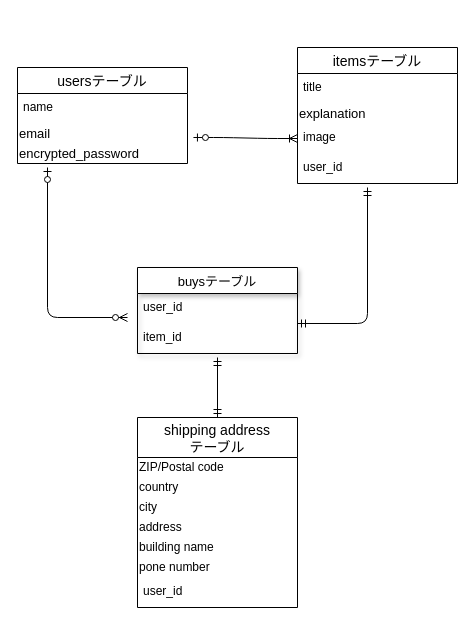
nori35/furima-36164 keeps this draw.io diagram as furima.dio. Above is the earlier version. Source tidied: cells renumbered, new cells numbered last; positions are measured from the earlier drawing's top-left corner, leaving out a move shared by most shapes. Both pictures are drawn from the tidied source at 100%, with x=0, y=0 at pixel (17, 47).
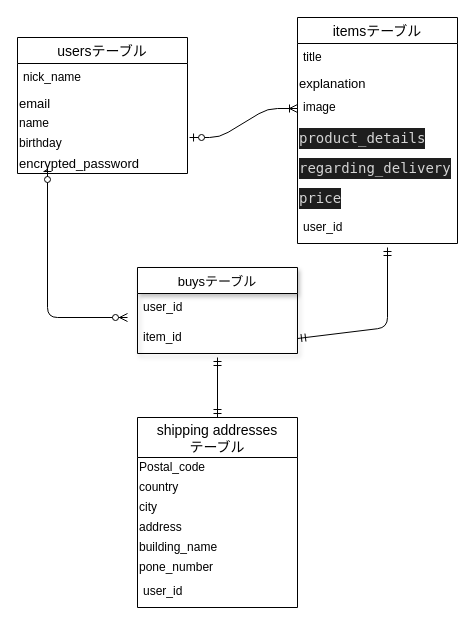
After the change.

Commit message (it also covers changes not shown here):
修正データベース修正

Unchanged cells that the change refers to:
```xml
<mxCell id="4" value="email" style="text;html=1;align=left;verticalAlign=middle;points=[];fillColor=none;strokeColor=none;rounded=0;shadow=0;fontSize=13;" parent="2" vertex="1">
  <mxGeometry y="56" width="170" height="20" as="geometry" />
</mxCell>
<mxCell id="9" value="image" style="text;strokeColor=none;fillColor=none;spacingLeft=4;spacingRight=4;overflow=hidden;points=[[0,0.5],[1,0.5]];portConstraint=eastwest;fontSize=12;" parent="6" vertex="1">
  <mxGeometry y="76" width="160" height="30" as="geometry" />
</mxCell>
<mxCell id="13" value="item_id" style="text;strokeColor=none;fillColor=none;spacingLeft=4;spacingRight=4;overflow=hidden;points=[[0,0.5],[1,0.5]];portConstraint=eastwest;fontSize=12;" parent="11" vertex="1">
  <mxGeometry y="56" width="160" height="30" as="geometry" />
</mxCell>
```

What changed in the source:
```diff
@@
     <mxCell id="2" value="usersテーブル" style="swimlane;fontStyle=0;horizontal=1;startSize=26;align=center;fontSize=14;" parent="1" vertex="1">
-      <mxGeometry y="20" width="170" height="96" as="geometry" />
+      <mxGeometry y="-10" width="170" height="136" as="geometry" />
     </mxCell>
-    <mxCell id="3" value="name" style="text;strokeColor=none;fillColor=none;spacingLeft=4;spacingRight=4;overflow=hidden;fontSize=12;shadow=0;" parent="2" vertex="1">
+    <mxCell id="3" value="nick_name" style="text;strokeColor=none;fillColor=none;spacingLeft=4;spacingRight=4;overflow=hidden;fontSize=12;shadow=0;" parent="2" vertex="1">
       <mxGeometry y="26" width="170" height="30" as="geometry" />
     </mxCell>
@@
+    <mxCell id="26" value="name" style="text;html=1;align=left;verticalAlign=middle;fillColor=none;strokeColor=none;rounded=0;" parent="2" vertex="1">
+      <mxGeometry y="76" width="170" height="20" as="geometry" />
+    </mxCell>
+    <mxCell id="27" value="birthday" style="text;html=1;align=left;verticalAlign=middle;points=[];fillColor=none;strokeColor=none;rounded=0;" parent="2" vertex="1">
+      <mxGeometry y="96" width="170" height="20" as="geometry" />
+    </mxCell>
     <mxCell id="5" value="encrypted_password" style="text;html=1;align=left;verticalAlign=middle;fillColor=none;strokeColor=none;rounded=0;shadow=0;fontSize=13;" parent="2" vertex="1">
-      <mxGeometry y="76" width="170" height="20" as="geometry" />
+      <mxGeometry y="116" width="170" height="20" as="geometry" />
     </mxCell>
     <mxCell id="6" value="itemsテーブル" style="swimlane;fontStyle=0;horizontal=1;startSize=26;align=center;fontSize=14;" parent="1" vertex="1">
-      <mxGeometry x="280" width="160" height="136" as="geometry" />
+      <mxGeometry x="280" y="-30" width="160" height="226" as="geometry" />
     </mxCell>
@@
+    <mxCell id="28" value="&lt;div style=&quot;color: rgb(212 , 212 , 212) ; background-color: rgb(30 , 30 , 30) ; font-family: &amp;quot;ricty diminished&amp;quot; , &amp;quot;menlo&amp;quot; , &amp;quot;monaco&amp;quot; , &amp;quot;courier new&amp;quot; , monospace ; font-size: 14px ; line-height: 21px&quot;&gt;product_details&lt;/div&gt;" style="text;html=1;align=left;verticalAlign=middle;fillColor=none;strokeColor=none;rounded=0;" parent="6" vertex="1">
+      <mxGeometry y="106" width="160" height="30" as="geometry" />
+    </mxCell>
+    <mxCell id="29" value="&lt;div style=&quot;color: rgb(212 , 212 , 212) ; background-color: rgb(30 , 30 , 30) ; font-family: &amp;quot;ricty diminished&amp;quot; , &amp;quot;menlo&amp;quot; , &amp;quot;monaco&amp;quot; , &amp;quot;courier new&amp;quot; , monospace ; font-size: 14px ; line-height: 21px&quot;&gt;regarding_delivery&lt;/div&gt;" style="text;html=1;align=left;verticalAlign=middle;fillColor=none;strokeColor=none;rounded=0;" parent="6" vertex="1">
+      <mxGeometry y="136" width="160" height="30" as="geometry" />
+    </mxCell>
+    <mxCell id="30" value="&lt;div style=&quot;color: rgb(212 , 212 , 212) ; background-color: rgb(30 , 30 , 30) ; font-family: &amp;quot;ricty diminished&amp;quot; , &amp;quot;menlo&amp;quot; , &amp;quot;monaco&amp;quot; , &amp;quot;courier new&amp;quot; , monospace ; font-size: 14px ; line-height: 21px&quot;&gt;price &lt;/div&gt;" style="text;html=1;align=left;verticalAlign=middle;fillColor=none;strokeColor=none;rounded=0;" parent="6" vertex="1">
+      <mxGeometry y="166" width="160" height="30" as="geometry" />
+    </mxCell>
     <mxCell id="10" value="user_id" style="text;strokeColor=none;fillColor=none;spacingLeft=4;spacingRight=4;overflow=hidden;fontSize=12;" parent="6" vertex="1">
-      <mxGeometry y="106" width="160" height="30" as="geometry" />
+      <mxGeometry y="196" width="160" height="30" as="geometry" />
     </mxCell>
@@
-    <mxCell id="14" style="edgeStyle=entityRelationEdgeStyle;fontSize=12;html=1;endArrow=ERoneToMany;startArrow=ERzeroToOne;sourcePerimeterSpacing=0;strokeWidth=1;exitX=1.035;exitY=0.7;exitDx=0;exitDy=0;entryX=0;entryY=0.5;entryDx=0;entryDy=0;exitPerimeter=0;" parent="1" edge="1" source="4" target="9">
+    <mxCell id="14" style="edgeStyle=entityRelationEdgeStyle;fontSize=12;html=1;endArrow=ERoneToMany;startArrow=ERzeroToOne;sourcePerimeterSpacing=0;strokeWidth=1;exitX=1.012;exitY=0.2;exitDx=0;exitDy=0;entryX=0;entryY=0.5;entryDx=0;entryDy=0;exitPerimeter=0;" parent="1" edge="1" source="27" target="9">
       <mxGeometry relative="1" as="geometry" />
     </mxCell>
-    <mxCell id="15" value="shipping address&#10;テーブル" style="swimlane;fontStyle=0;horizontal=1;startSize=40;align=center;fontSize=14;rotation=0;direction=east;" parent="1" vertex="1">
+    <mxCell id="15" value="shipping addresses&#10;テーブル" style="swimlane;fontStyle=0;horizontal=1;startSize=40;align=center;fontSize=14;rotation=0;direction=east;" parent="1" vertex="1">
       <mxGeometry x="120" y="370" width="160" height="190" as="geometry" />
     </mxCell>
-    <mxCell id="16" value="ZIP/Postal code" style="text;html=1;align=left;verticalAlign=middle;fillColor=none;strokeColor=none;rounded=0;textDirection=ltr;" parent="15" vertex="1">
+    <mxCell id="16" value="Postal_code" style="text;html=1;align=left;verticalAlign=middle;fillColor=none;strokeColor=none;rounded=0;textDirection=ltr;" parent="15" vertex="1">
       <mxGeometry y="40" width="160" height="20" as="geometry" />
     </mxCell>
@@
-    <mxCell id="20" value="building name" style="text;html=1;align=left;verticalAlign=middle;fillColor=none;strokeColor=none;rounded=0;" parent="15" vertex="1">
+    <mxCell id="20" value="building_name" style="text;html=1;align=left;verticalAlign=middle;fillColor=none;strokeColor=none;rounded=0;" parent="15" vertex="1">
       <mxGeometry y="120" width="160" height="20" as="geometry" />
     </mxCell>
-    <mxCell id="21" value="pone number" style="text;html=1;align=left;verticalAlign=middle;fillColor=none;strokeColor=none;rounded=0;" parent="15" vertex="1">
+    <mxCell id="21" value="pone_number" style="text;html=1;align=left;verticalAlign=middle;fillColor=none;strokeColor=none;rounded=0;" parent="15" vertex="1">
       <mxGeometry y="140" width="160" height="20" as="geometry" />
     </mxCell>
@@
-    <mxCell id="24" style="fontSize=12;html=1;endArrow=ERmandOne;startArrow=ERmandOne;sourcePerimeterSpacing=0;strokeWidth=1;" parent="1" edge="1">
-      <mxGeometry relative="1" as="geometry">
-        <mxPoint x="280" y="276" as="sourcePoint" />
-        <mxPoint x="350" y="140" as="targetPoint" />
-        <Array as="points">
-          <mxPoint x="350" y="276" />
-        </Array>
-      </mxGeometry>
-    </mxCell>
@@
+    <mxCell id="31" style="fontSize=12;html=1;endArrow=ERmandOne;startArrow=ERmandOne;exitX=1;exitY=0.5;exitDx=0;exitDy=0;" parent="1" edge="1" source="13">
+      <mxGeometry relative="1" as="geometry">
+        <mxPoint x="370" y="200" as="targetPoint" />
+        <Array as="points">
+          <mxPoint x="370" y="280" />
+        </Array>
+      </mxGeometry>
+    </mxCell>
```
